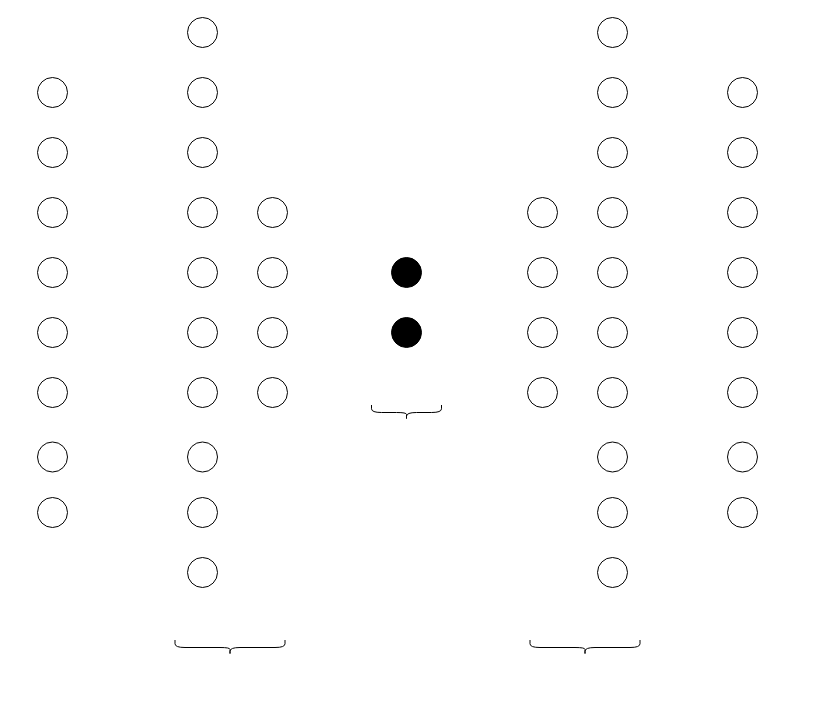
Above: Untitled Diagram.drawio in GuangShuaiWang/Colabnotebook (draw.io), before the change. Source tidied: cells renumbered, new cells numbered last; positions are measured from the earlier drawing's top-left corner, leaving out a move shared by most shapes. Both pictures are drawn from the tidied source at 100%, with x=0, y=0 at pixel (37, 17).
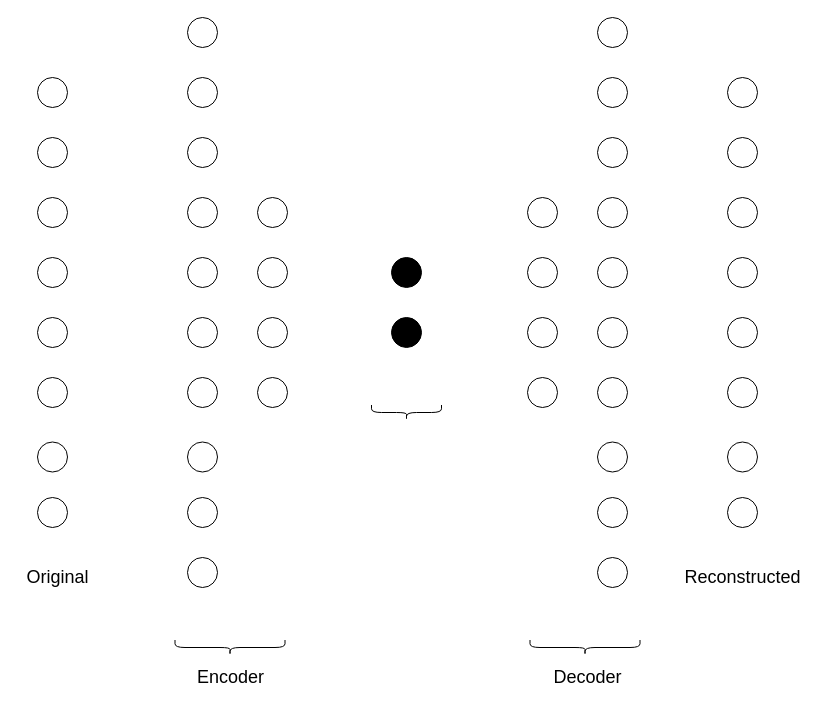
After the change.

What changed in the source:
```diff
@@
+    <mxCell id="51" value="&lt;font style=&quot;font-size: 18px&quot;&gt;&lt;font style=&quot;font-size: 18px&quot;&gt;Encode&lt;/font&gt;r&lt;/font&gt;" style="text;html=1;align=center;verticalAlign=middle;fillColor=none;strokeColor=none;rounded=0;" parent="1" vertex="1">
+      <mxGeometry x="152.5" y="650" width="80" height="20" as="geometry" />
+    </mxCell>
+    <mxCell id="52" value="&lt;font style=&quot;font-size: 18px&quot;&gt;&lt;font style=&quot;font-size: 18px&quot;&gt;Decode&lt;/font&gt;r&lt;/font&gt;" style="text;html=1;align=center;verticalAlign=middle;fillColor=none;strokeColor=none;rounded=0;" parent="1" vertex="1">
+      <mxGeometry x="510" y="650" width="80" height="20" as="geometry" />
+    </mxCell>
+    <mxCell id="53" value="&lt;font size=&quot;4&quot;&gt;Original&lt;/font&gt;" style="text;html=1;align=center;verticalAlign=middle;fillColor=none;strokeColor=none;rounded=0;" parent="1" vertex="1">
+      <mxGeometry x="-20" y="550" width="80" height="20" as="geometry" />
+    </mxCell>
+    <mxCell id="54" value="&lt;font size=&quot;4&quot;&gt;Reconstructed&lt;/font&gt;" style="text;html=1;align=center;verticalAlign=middle;fillColor=none;strokeColor=none;rounded=0;" parent="1" vertex="1">
+      <mxGeometry x="640" y="550" width="130" height="20" as="geometry" />
+    </mxCell>
```
